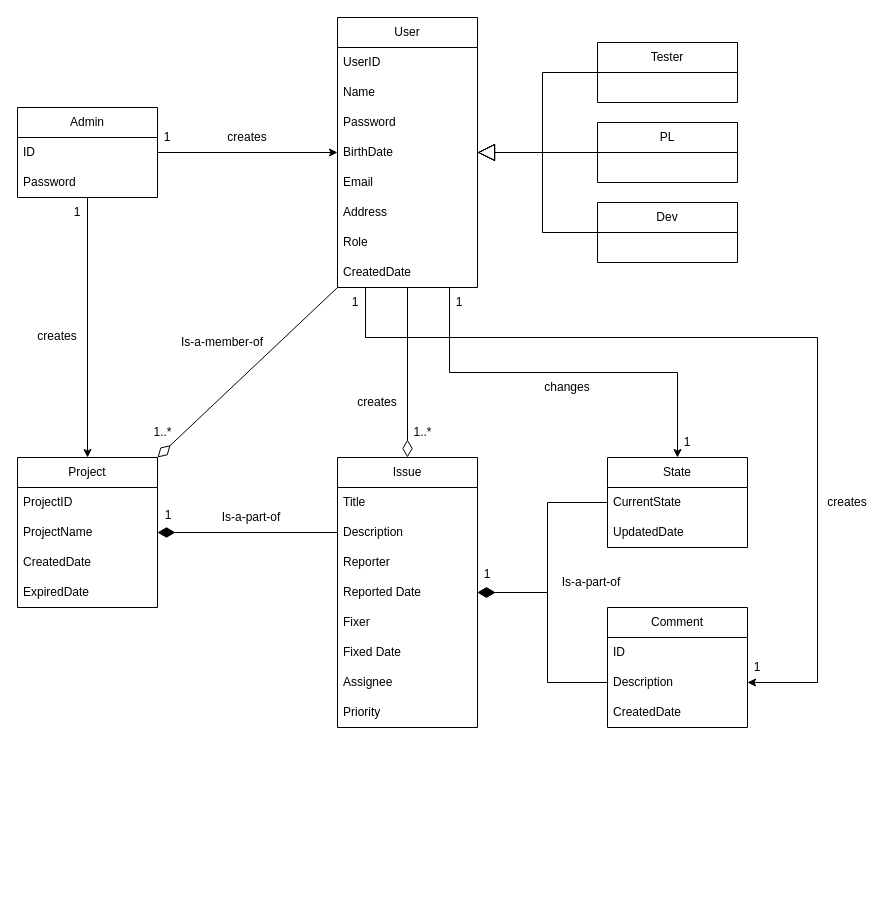
Before: 다이어그램 모음집/도메인 모델-2.drawio in LuisYou/Term_Project_19, a draw.io diagram. Source tidied: cells renumbered, new cells numbered last; positions are measured from the earlier drawing's top-left corner, leaving out a move shared by most shapes. Both pictures are drawn from the tidied source at 100%, with x=0, y=0 at pixel (17, 17).
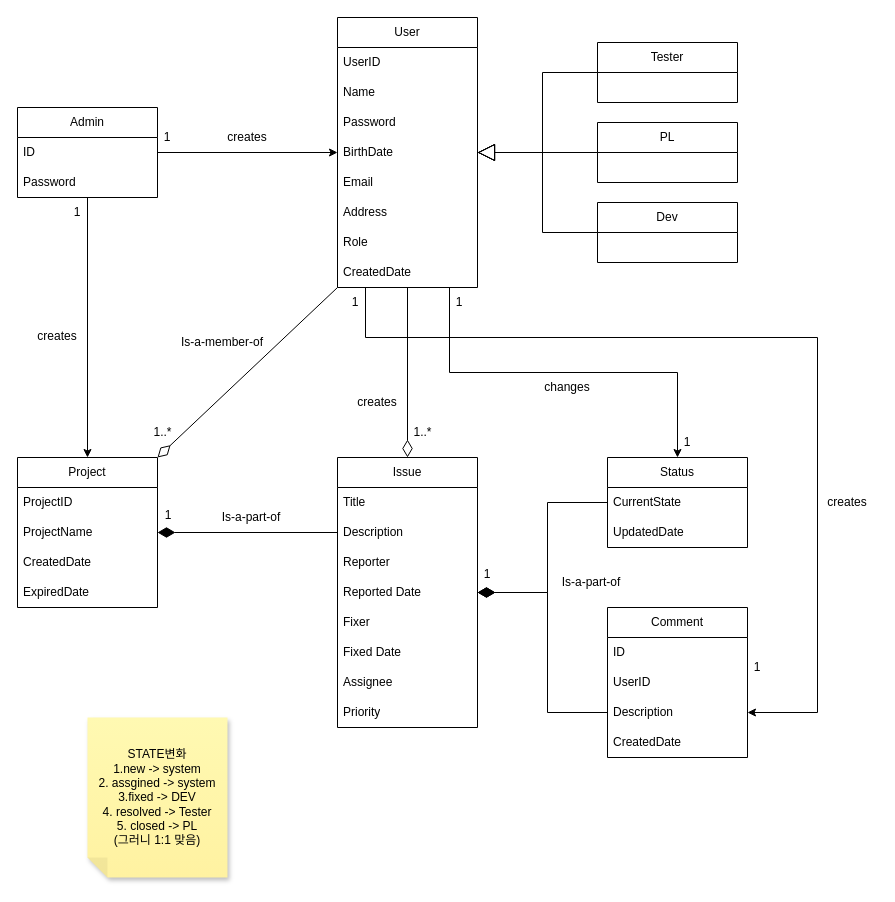
The same diagram, later.

Commit message:
도메인 모델 최종.drawio 업데이트

Unchanged cells that the change refers to:
```xml
<mxCell id="10" value="CreatedDate" style="text;strokeColor=none;fillColor=none;align=left;verticalAlign=middle;spacingLeft=4;spacingRight=4;overflow=hidden;points=[[0,0.5],[1,0.5]];portConstraint=eastwest;whiteSpace=wrap;html=1;" parent="2" vertex="1">
  <mxGeometry y="240" width="140" height="30" as="geometry" />
</mxCell>
```

Change to the diagram source:
```diff
@@
     <mxCell id="38" value="Comment" style="swimlane;fontStyle=0;horizontal=1;startSize=30;whiteSpace=wrap;html=1;" parent="1" vertex="1">
-      <mxGeometry x="590" y="590" width="140" height="120" as="geometry" />
+      <mxGeometry x="590" y="590" width="140" height="150" as="geometry" />
     </mxCell>
@@
+    <mxCell id="41" value="UserID" style="text;strokeColor=none;fillColor=none;align=left;verticalAlign=middle;spacingLeft=4;spacingRight=4;overflow=hidden;whiteSpace=wrap;html=1;" parent="38" vertex="1">
+      <mxGeometry y="60" width="140" height="30" as="geometry" />
+    </mxCell>
     <mxCell id="40" value="Description" style="text;strokeColor=none;fillColor=none;align=left;verticalAlign=middle;spacingLeft=4;spacingRight=4;overflow=hidden;points=[[0,0.5],[1,0.5]];portConstraint=eastwest;whiteSpace=wrap;html=1;" parent="38" vertex="1">
-      <mxGeometry y="60" width="140" height="30" as="geometry" />
+      <mxGeometry y="90" width="140" height="30" as="geometry" />
     </mxCell>
-    <mxCell id="41" value="CreatedDate" style="text;strokeColor=none;fillColor=none;align=left;verticalAlign=middle;spacingLeft=4;spacingRight=4;overflow=hidden;whiteSpace=wrap;html=1;" parent="38" vertex="1">
-      <mxGeometry y="90" width="140" height="30" as="geometry" />
-    </mxCell>
+    <mxCell id="68" value="CreatedDate" style="text;strokeColor=none;fillColor=none;align=left;verticalAlign=middle;spacingLeft=4;spacingRight=4;overflow=hidden;whiteSpace=wrap;html=1;" parent="38" vertex="1">
+      <mxGeometry y="120" width="140" height="30" as="geometry" />
+    </mxCell>
-    <mxCell id="42" value="State" style="swimlane;fontStyle=0;horizontal=1;startSize=30;whiteSpace=wrap;html=1;" parent="1" vertex="1">
+    <mxCell id="42" value="Status" style="swimlane;fontStyle=0;horizontal=1;startSize=30;whiteSpace=wrap;html=1;" parent="1" vertex="1">
       <mxGeometry x="590" y="440" width="140" height="90" as="geometry" />
     </mxCell>
@@
     <mxCell id="53" style="endArrow=none;html=1;rounded=0;entryX=0.2;entryY=1;entryDx=0;entryDy=0;entryPerimeter=0;exitX=1;exitY=0.5;exitDx=0;exitDy=0;edgeStyle=orthogonalEdgeStyle;startArrow=classic;startFill=1;startSize=6;" parent="1" edge="1" source="40" target="10">
       <mxGeometry relative="1" as="geometry">
         <Array as="points">
-          <mxPoint x="800" y="665" />
+          <mxPoint x="800" y="695" />
           <mxPoint x="800" y="320" />
           <mxPoint x="348" y="320" />
         </Array>
       </mxGeometry>
     </mxCell>
@@
+    <mxCell id="69" value="&lt;div&gt;STATE변화&lt;/div&gt;&lt;div&gt;1.new -&amp;gt; system&lt;/div&gt;&lt;div&gt;2. assgined -&amp;gt; system&lt;/div&gt;&lt;div&gt;3.fixed -&amp;gt; DEV&lt;/div&gt;&lt;div&gt;4. resolved -&amp;gt; Tester&lt;/div&gt;&lt;div&gt;5. closed -&amp;gt; PL &lt;br&gt;&lt;/div&gt;&lt;div&gt;(그러니 1:1 맞음)&lt;br&gt;&lt;/div&gt;" style="shape=note;whiteSpace=wrap;html=1;backgroundOutline=1;fontColor=#000000;darkOpacity=0.05;fillColor=#FFF9B2;strokeColor=none;fillStyle=solid;direction=west;gradientDirection=north;gradientColor=#FFF2A1;shadow=1;size=20;" parent="1" vertex="1">
+      <mxGeometry x="70" y="700" width="140" height="160" as="geometry" />
+    </mxCell>
```
